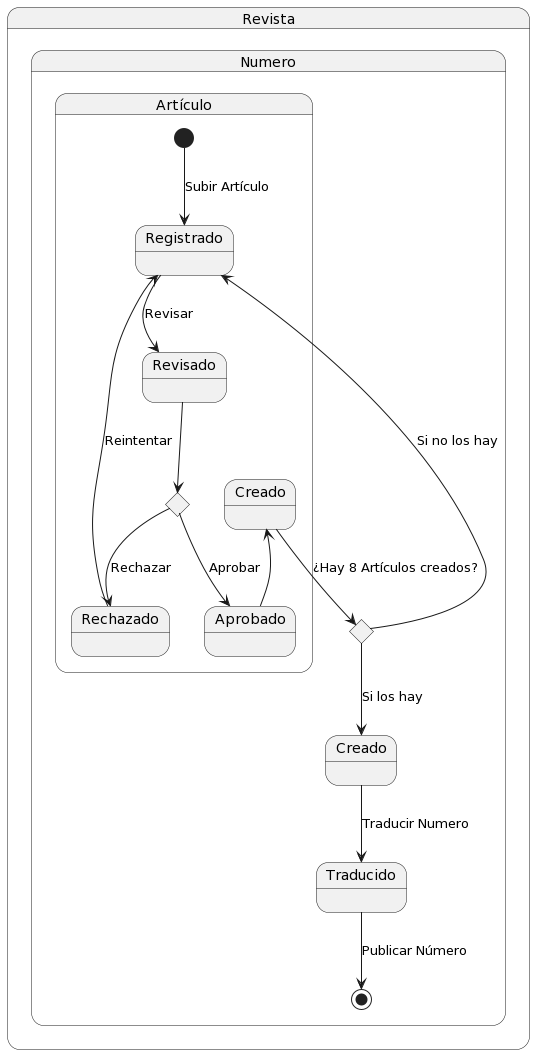
This is 000-entregas/Grupo4/diagramaDeEstados/diagramaDeEstados.png from mmasias/IdSw1-22-23, a PlantUML export, as it was before one commit.
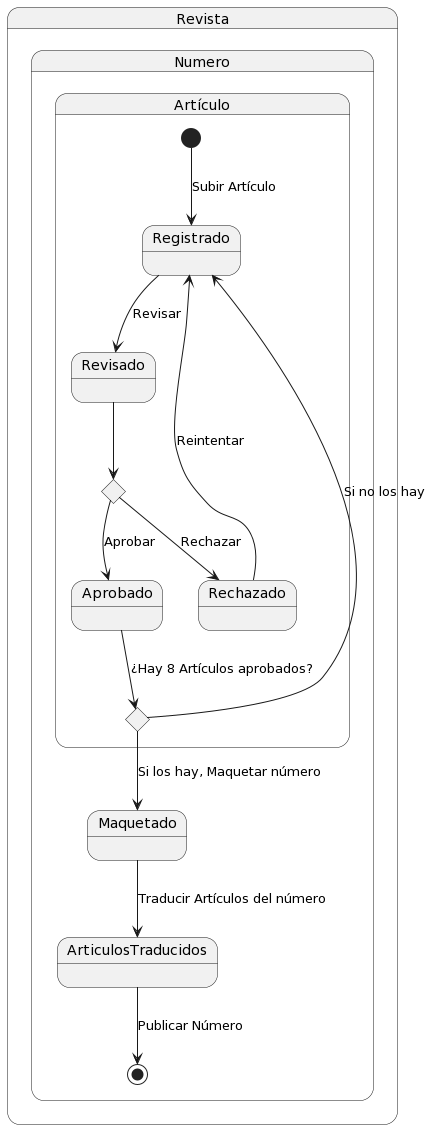
The same diagram one commit later.

Change to the diagram source:
```diff
@@ -2,13 +2,11 @@
 State Revista{
 
     State Numero {
-        State NumeroCreado as "Creado"
-        State Selector1 <<choice>>
-
 
         State Artículo {
 
-            State ArticuloCreado as "Creado"
+            State Selector1 <<choice>>
+
             State ArticuloRevisado as "Revisado"
             State ArticuloRegistrado as "Registrado"
             State ArticuloAprobado as "Aprobado"
@@ -24,19 +22,19 @@
             Selector2 -d-> ArticuloRechazado : Rechazar
 
 
-            ArticuloAprobado -u-> ArticuloCreado
+            ArticuloAprobado --> Selector1 : ¿Hay 8 Artículos aprobados?
 
             ArticuloRechazado -u-> ArticuloRegistrado : Reintentar
 
-            ArticuloCreado -d-> Selector1 : ¿Hay 8 Artículos creados?
+
 
         }
-
-        Selector1 --> NumeroCreado : Si los hay
+        Selector1 --> Maquetado: Si los hay, Maquetar número
         Selector1 --> ArticuloRegistrado : Si no los hay
 
-        NumeroCreado --> Traducido : Traducir Numero
-        Traducido --> [*] : Publicar Número
+
+        Maquetado--> ArticulosTraducidos: Traducir Artículos del número
+        ArticulosTraducidos --> [*] : Publicar Número
 
     }
 @enduml
```
